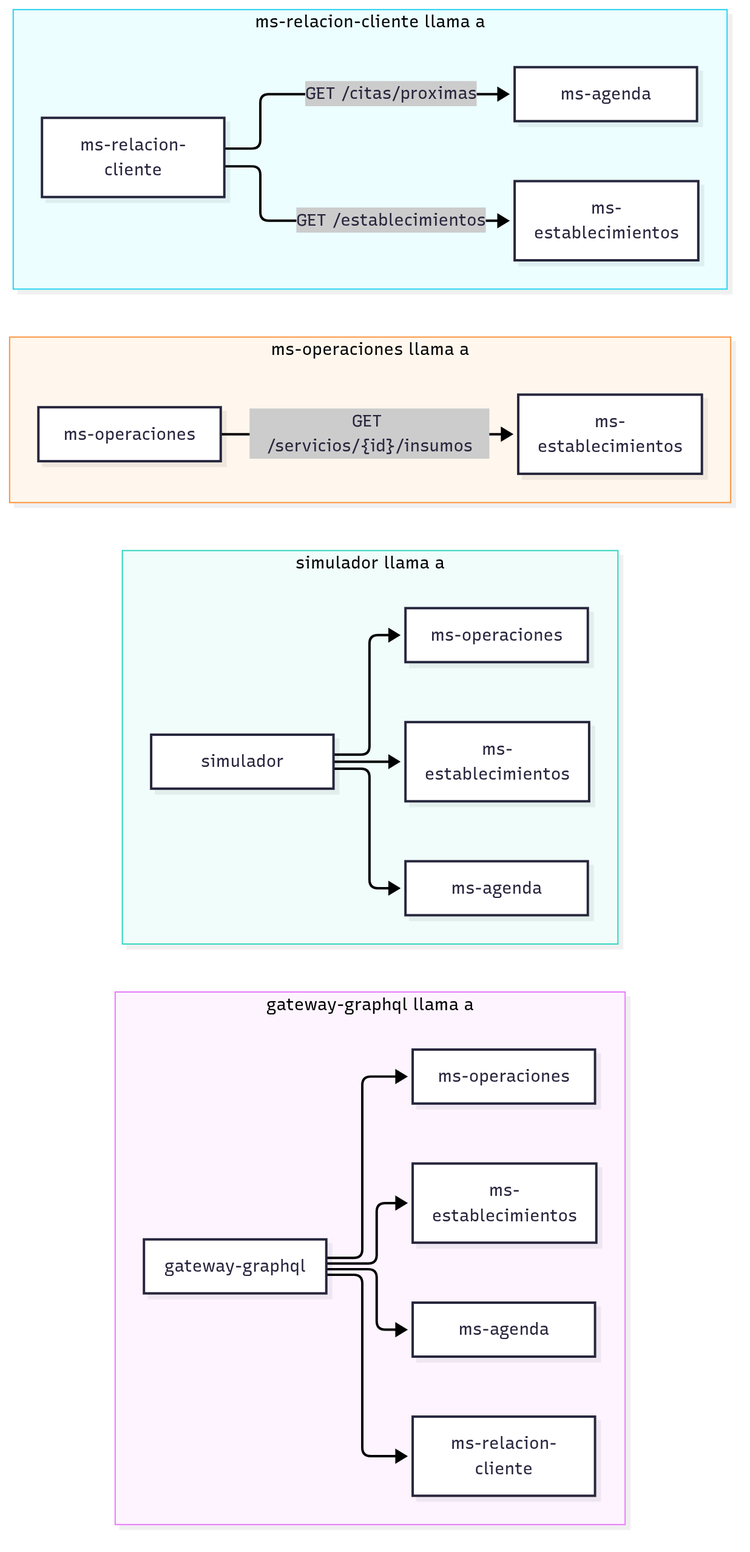
The Mermaid diagram docs/diagramas/img/02a-comunicacion-rest.png in SANTZ66/AGENDAPP, before a commit. Its source is kept beside it as docs/diagramas/fuente/02a-comunicacion-rest.mmd.
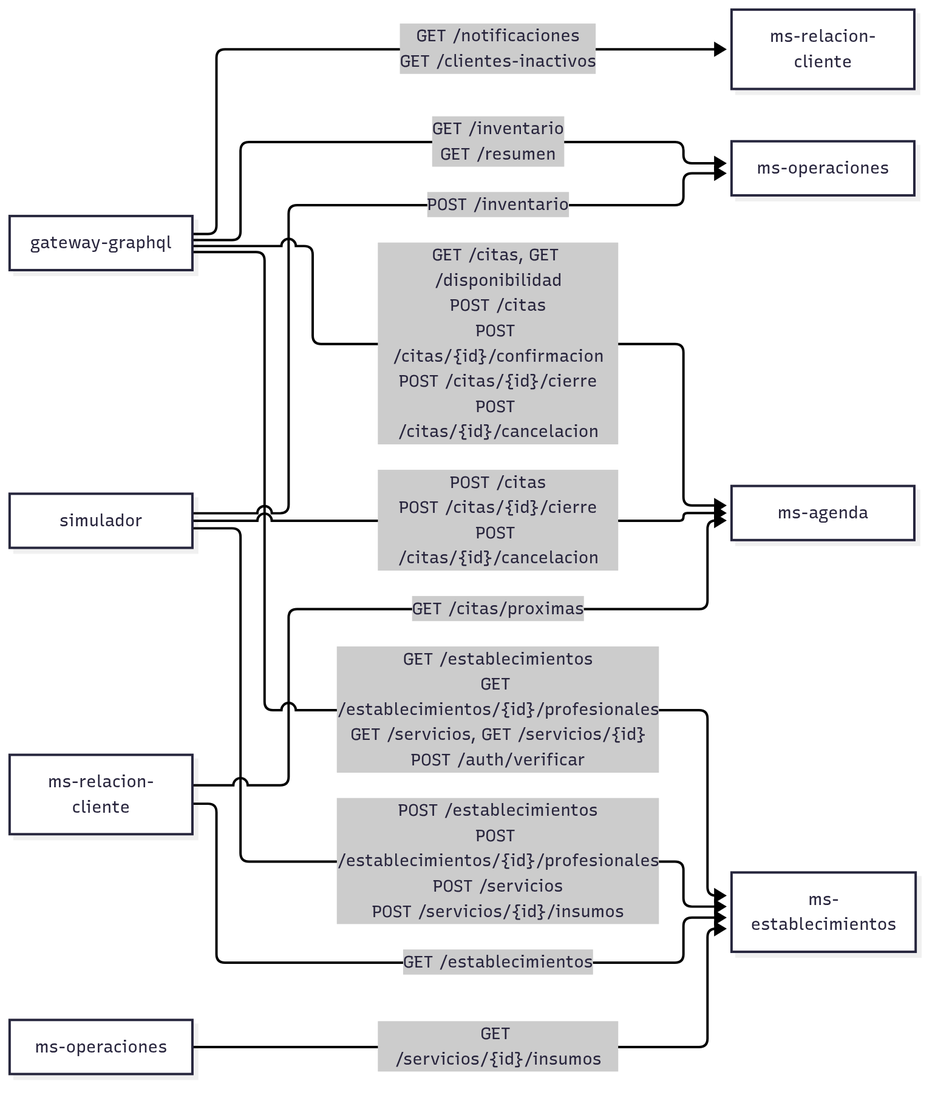
The same file after the commit.

Commit message:
Mejora visual de los diagramas de arquitectura y de llamadas REST

The edit, as a diff of the source:
```diff
@@ -1,19 +1,19 @@
 flowchart LR
-  subgraph g["gateway-graphql llama a"]
-    g0["gateway-graphql"] --> g1["ms-establecimientos"]
-    g0 --> g2["ms-agenda"]
-    g0 --> g3["ms-operaciones"]
-    g0 --> g4["ms-relacion-cliente"]
-  end
-  subgraph s["simulador llama a"]
-    s0["simulador"] --> s1["ms-establecimientos"]
-    s0 --> s2["ms-agenda"]
-    s0 --> s3["ms-operaciones"]
-  end
-  subgraph o["ms-operaciones llama a"]
-    o0["ms-operaciones"] -->|"GET /servicios/{id}/insumos"| o1["ms-establecimientos"]
-  end
-  subgraph r["ms-relacion-cliente llama a"]
-    r0["ms-relacion-cliente"] -->|"GET /citas/proximas"| r1["ms-agenda"]
-    r0 -->|"GET /establecimientos"| r2["ms-establecimientos"]
-  end
+  gw["gateway-graphql"]
+  sim["simulador"]
+  op["ms-operaciones"]
+  rc["ms-relacion-cliente"]
+  est["ms-establecimientos"]
+  ag["ms-agenda"]
+  opd["ms-operaciones"]
+  rcd["ms-relacion-cliente"]
+  gw -->|"GET /establecimientos<br/>GET /establecimientos/{id}/profesionales<br/>GET /servicios, GET /servicios/{id}<br/>POST /auth/verificar"| est
+  gw -->|"GET /citas, GET /disponibilidad<br/>POST /citas<br/>POST /citas/{id}/confirmacion<br/>POST /citas/{id}/cierre<br/>POST /citas/{id}/cancelacion"| ag
+  gw -->|"GET /inventario<br/>GET /resumen"| opd
+  gw -->|"GET /notificaciones<br/>GET /clientes-inactivos"| rcd
+  sim -->|"POST /establecimientos<br/>POST /establecimientos/{id}/profesionales<br/>POST /servicios<br/>POST /servicios/{id}/insumos"| est
+  sim -->|"POST /citas<br/>POST /citas/{id}/cierre<br/>POST /citas/{id}/cancelacion"| ag
+  sim -->|"POST /inventario"| opd
+  op -->|"GET /servicios/{id}/insumos"| est
+  rc -->|"GET /establecimientos"| est
+  rc -->|"GET /citas/proximas"| ag
```
